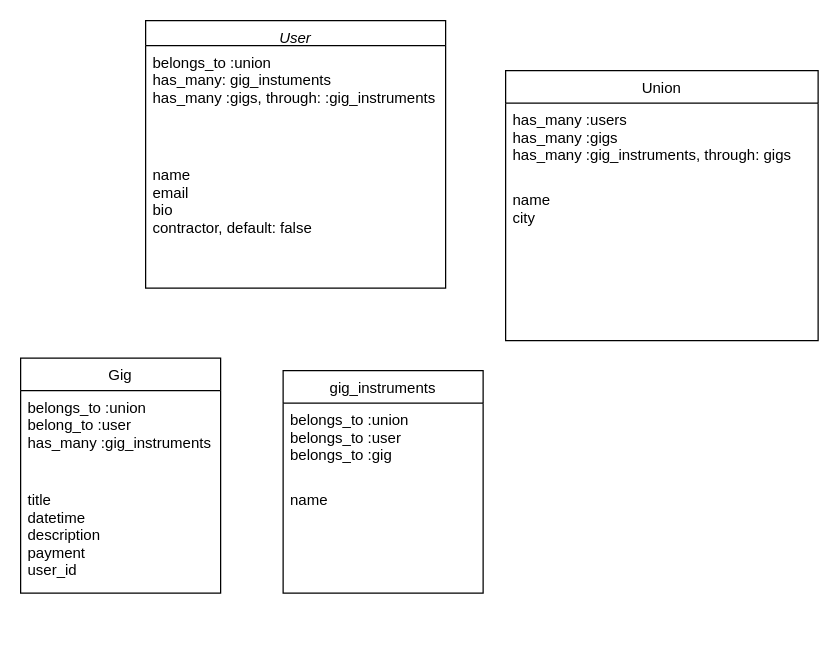
The draw.io diagram Freelance_App.drawio in gracenak/freelance_app, before the edit. Source tidied: cells renumbered, new cells numbered last; positions are measured from the earlier drawing's top-left corner, leaving out a move shared by most shapes. Both pictures are drawn from the tidied source at 125%, with x=0, y=0 at pixel (20, 20).
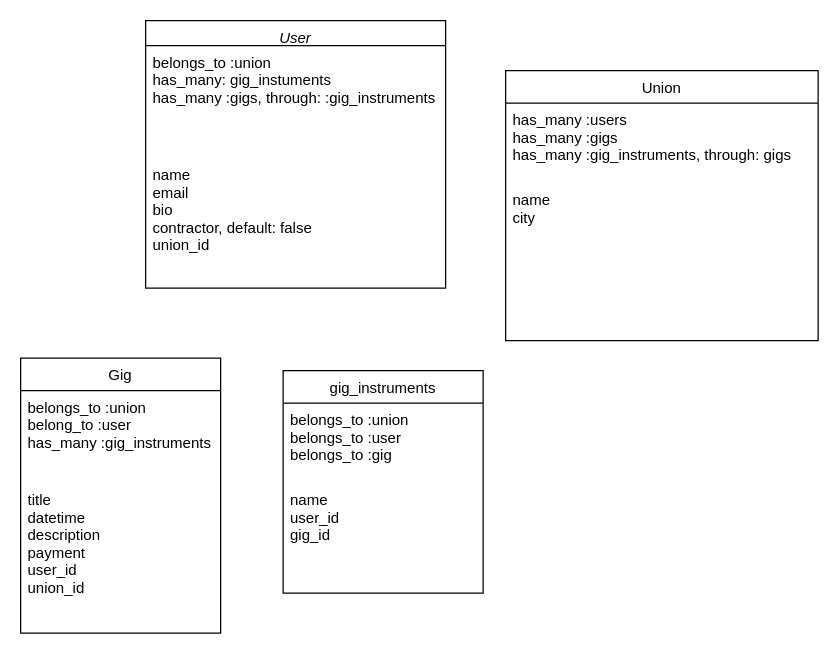
After the change.

Diff of the diagram source:
```diff
@@
 <mxGraphModel>
   <root>
     <mxCell id="0" />
     <mxCell id="1" parent="0" />
     <mxCell id="2" value="User" style="swimlane;fontStyle=2;align=center;verticalAlign=top;horizontal=1;startSize=20;rounded=0;shadow=0;strokeWidth=1;" parent="1" vertex="1">
       <mxGeometry x="100" width="240" height="214" as="geometry" />
     </mxCell>
-    <mxCell id="3" value="belongs_to :union&#10;has_many: gig_instuments&#10;has_many :gigs, through: :gig_instruments" style="text;align=left;verticalAlign=top;spacingLeft=4;spacingRight=4;overflow=hidden;" parent="2" vertex="1">
+    <mxCell id="3" value="belongs_to :union&#10;has_many: gig_instuments&#10;has_many :gigs, through: :gig_instruments&#10;" style="text;align=left;verticalAlign=top;spacingLeft=4;spacingRight=4;overflow=hidden;" parent="2" vertex="1">
       <mxGeometry y="20" width="240" height="90" as="geometry" />
     </mxCell>
-    <mxCell id="4" value="name&#10;email&#10;bio&#10;contractor, default: false&#10;" style="text;align=left;verticalAlign=top;spacingLeft=4;spacingRight=4;overflow=hidden;rounded=0;shadow=0;html=0;" parent="2" vertex="1">
+    <mxCell id="4" value="name&#10;email&#10;bio&#10;contractor, default: false&#10;union_id&#10;" style="text;align=left;verticalAlign=top;spacingLeft=4;spacingRight=4;overflow=hidden;rounded=0;shadow=0;html=0;" parent="2" vertex="1">
       <mxGeometry y="110" width="240" height="104" as="geometry" />
     </mxCell>
     <mxCell id="5" value="Gig" style="swimlane;fontStyle=0;align=center;verticalAlign=top;horizontal=1;startSize=26;rounded=0;shadow=0;strokeWidth=1;" parent="1" vertex="1">
-      <mxGeometry y="270" width="160" height="188" as="geometry" />
+      <mxGeometry y="270" width="160" height="220" as="geometry" />
     </mxCell>
     <mxCell id="6" value="belongs_to :union&#10;belong_to :user&#10;has_many :gig_instruments" style="text;align=left;verticalAlign=top;spacingLeft=4;spacingRight=4;overflow=hidden;" parent="5" vertex="1">
       <mxGeometry y="26" width="160" height="74" as="geometry" />
     </mxCell>
-    <mxCell id="7" value="title&#10;datetime&#10;description&#10;payment&#10;user_id&#10;" style="text;align=left;verticalAlign=top;spacingLeft=4;spacingRight=4;overflow=hidden;rounded=0;shadow=0;html=0;" parent="5" vertex="1">
+    <mxCell id="7" value="title&#10;datetime&#10;description&#10;payment&#10;user_id&#10;union_id&#10;" style="text;align=left;verticalAlign=top;spacingLeft=4;spacingRight=4;overflow=hidden;rounded=0;shadow=0;html=0;" parent="5" vertex="1">
       <mxGeometry y="100" width="160" height="88" as="geometry" />
     </mxCell>
     <mxCell id="8" value="gig_instruments" style="swimlane;fontStyle=0;align=center;verticalAlign=top;horizontal=1;startSize=26;rounded=0;shadow=0;strokeWidth=1;" parent="1" vertex="1">
       <mxGeometry x="210" y="280" width="160" height="178" as="geometry" />
     </mxCell>
     <mxCell id="9" value="belongs_to :union&#10;belongs_to :user&#10;belongs_to :gig" style="text;align=left;verticalAlign=top;spacingLeft=4;spacingRight=4;overflow=hidden;" parent="8" vertex="1">
       <mxGeometry y="26" width="160" height="64" as="geometry" />
     </mxCell>
-    <mxCell id="10" value="name&#10;" style="text;align=left;verticalAlign=top;spacingLeft=4;spacingRight=4;overflow=hidden;rounded=0;shadow=0;html=0;" parent="8" vertex="1">
+    <mxCell id="10" value="name&#10;user_id&#10;gig_id&#10;" style="text;align=left;verticalAlign=top;spacingLeft=4;spacingRight=4;overflow=hidden;rounded=0;shadow=0;html=0;" parent="8" vertex="1">
       <mxGeometry y="90" width="160" height="88" as="geometry" />
     </mxCell>
     <mxCell id="11" value="Union" style="swimlane;fontStyle=0;align=center;verticalAlign=top;horizontal=1;startSize=26;rounded=0;shadow=0;strokeWidth=1;" parent="1" vertex="1">
       <mxGeometry x="388" y="40" width="250" height="216" as="geometry" />
     </mxCell>
     <mxCell id="12" value="has_many :users&#10;has_many :gigs&#10;has_many :gig_instruments, through: gigs" style="text;align=left;verticalAlign=top;spacingLeft=4;spacingRight=4;overflow=hidden;" parent="11" vertex="1">
       <mxGeometry y="26" width="250" height="64" as="geometry" />
     </mxCell>
     <mxCell id="13" value="name&#10;city" style="text;align=left;verticalAlign=top;spacingLeft=4;spacingRight=4;overflow=hidden;rounded=0;shadow=0;html=0;" parent="11" vertex="1">
       <mxGeometry y="90" width="250" height="78" as="geometry" />
     </mxCell>
   </root>
 </mxGraphModel>
```
